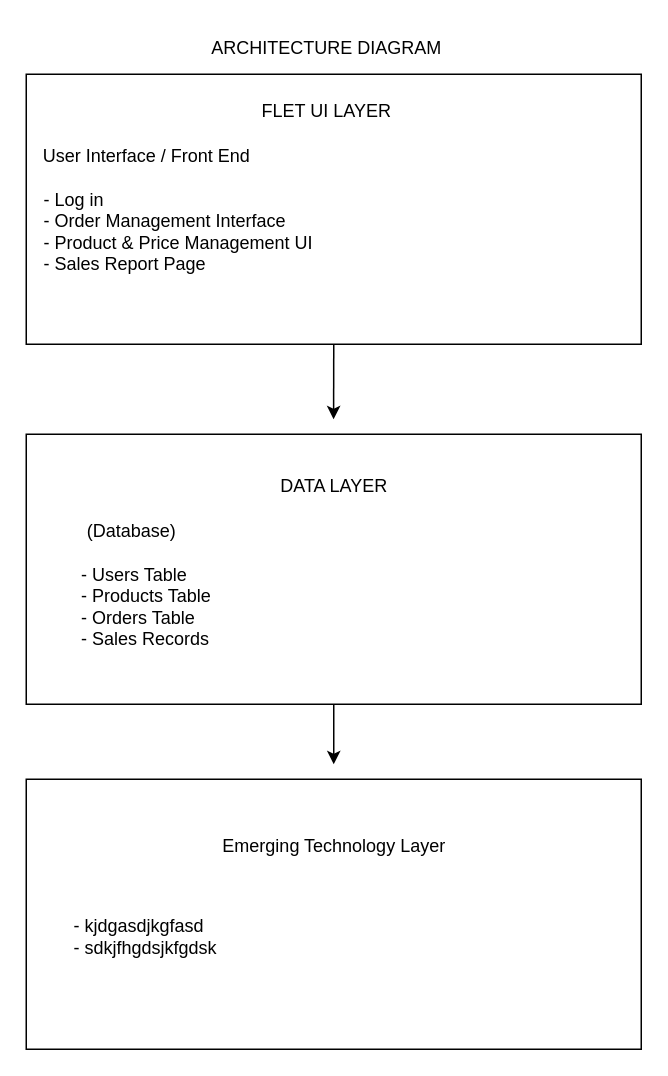
This is diagram.drawio from jasscs/Final-Project, a draw.io file, before an edit. Source tidied: cells renumbered, new cells numbered last; positions are measured from the earlier drawing's top-left corner, leaving out a move shared by most shapes. Both pictures are drawn from the tidied source at 150%, with x=0, y=0 at pixel (26, 26).
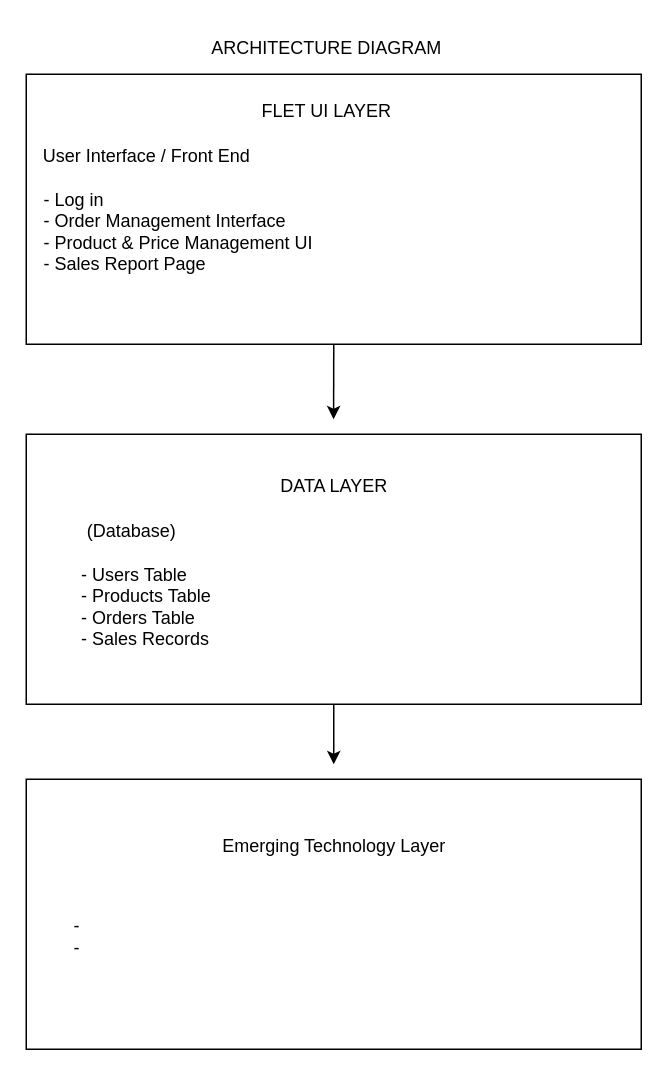
Above is the later version.

Commit message (it also covers changes not shown here):
changes such adding order history buttton but there's no function yet, edited the read.me and the diagram that is still on a process

What changed in the source:
```diff
@@
 <mxGraphModel>
   <root>
     <mxCell id="0" />
     <mxCell id="1" parent="0" />
     <mxCell id="2" style="edgeStyle=none;html=1;exitX=0.5;exitY=1;exitDx=0;exitDy=0;" parent="1" edge="1" source="3">
       <mxGeometry relative="1" as="geometry">
         <mxPoint x="204.9" y="262" as="targetPoint" />
       </mxGeometry>
     </mxCell>
     <mxCell id="3" style="rounded=0;whiteSpace=wrap;html=1;" parent="1" vertex="1">
       <mxGeometry y="32" width="410" height="180" as="geometry" />
     </mxCell>
     <mxCell id="4" value="ARCHITECTURE DIAGRAM" style="text;html=1;align=center;verticalAlign=middle;strokeColor=none;fillColor=none;" parent="1" vertex="1">
       <mxGeometry x="110" width="180" height="30" as="geometry" />
     </mxCell>
     <mxCell id="5" value="FLET UI LAYER" style="text;html=1;align=center;verticalAlign=middle;strokeColor=none;fillColor=none;" parent="1" vertex="1">
       <mxGeometry x="145" y="42" width="110" height="30" as="geometry" />
     </mxCell>
     <mxCell id="6" value="User Interface / Front End" style="text;html=1;align=center;verticalAlign=middle;strokeColor=none;fillColor=none;" parent="1" vertex="1">
       <mxGeometry y="72" width="160" height="30" as="geometry" />
     </mxCell>
     <mxCell id="7" value="- Log in&lt;br&gt;- Order Management Interface&lt;br&gt;&lt;div style=&quot;&quot;&gt;&lt;span style=&quot;background-color: transparent;&quot;&gt;- Product &amp;amp; Price Management UI&lt;/span&gt;&lt;/div&gt;- Sales Report Page" style="text;html=1;align=left;verticalAlign=middle;strokeColor=none;fillColor=none;" parent="1" vertex="1">
       <mxGeometry x="10" y="102" width="200" height="70" as="geometry" />
     </mxCell>
     <mxCell id="8" style="edgeStyle=none;html=1;" parent="1" edge="1" source="9">
       <mxGeometry relative="1" as="geometry">
         <mxPoint x="205" y="492" as="targetPoint" />
       </mxGeometry>
     </mxCell>
     <mxCell id="9" style="rounded=0;whiteSpace=wrap;html=1;" parent="1" vertex="1">
       <mxGeometry y="272" width="410" height="180" as="geometry" />
     </mxCell>
     <mxCell id="10" value="DATA LAYER" style="text;html=1;align=center;verticalAlign=middle;strokeColor=none;fillColor=none;" parent="1" vertex="1">
       <mxGeometry x="160" y="292" width="90" height="30" as="geometry" />
     </mxCell>
     <mxCell id="11" value="(Database)" style="text;html=1;align=center;verticalAlign=middle;strokeColor=none;fillColor=none;" parent="1" vertex="1">
       <mxGeometry x="30" y="322" width="80" height="30" as="geometry" />
     </mxCell>
     <mxCell id="12" value="- Users Table&lt;br&gt;- Products Table&lt;br&gt;- Orders Table&lt;br&gt;- Sales Records" style="text;html=1;align=left;verticalAlign=middle;strokeColor=none;fillColor=none;" parent="1" vertex="1">
       <mxGeometry x="35" y="352" width="110" height="70" as="geometry" />
     </mxCell>
     <mxCell id="13" style="rounded=0;whiteSpace=wrap;html=1;" parent="1" vertex="1">
       <mxGeometry y="502" width="410" height="180" as="geometry" />
     </mxCell>
     <mxCell id="14" value="Emerging Technology Layer" style="text;html=1;align=center;verticalAlign=middle;strokeColor=none;fillColor=none;" parent="1" vertex="1">
       <mxGeometry x="120" y="532" width="170" height="30" as="geometry" />
     </mxCell>
-    <mxCell id="15" value="- kjdgasdjkgfasd&lt;br&gt;- sdkjfhgdsjkfgdsk" style="text;html=1;align=left;verticalAlign=middle;strokeColor=none;fillColor=none;" parent="1" vertex="1">
-      <mxGeometry x="30" y="587" width="120" height="40" as="geometry" />
+    <mxCell id="15" value="-&lt;div&gt;-&lt;/div&gt;" style="text;html=1;align=left;verticalAlign=middle;strokeColor=none;fillColor=none;" parent="1" vertex="1">
+      <mxGeometry x="30" y="587" width="30" height="40" as="geometry" />
     </mxCell>
   </root>
 </mxGraphModel>
```
